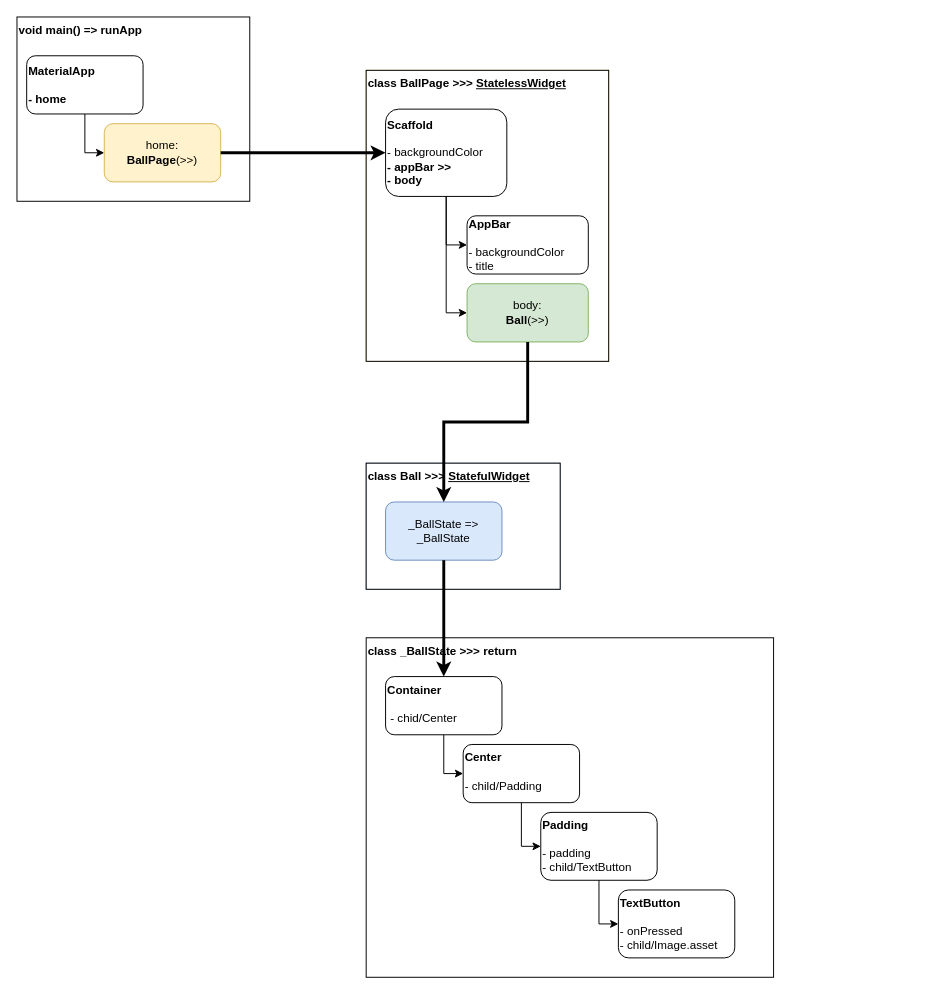
Above: ab_magic_8_ball.drawio in carlstep/ab_magic_8_ball2 (draw.io), before the change. Source tidied: cells renumbered, new cells numbered last; positions are measured from the earlier drawing's top-left corner, leaving out a move shared by most shapes. Both pictures are drawn from the tidied source at 97%, with x=0, y=0 at pixel (16, 16).
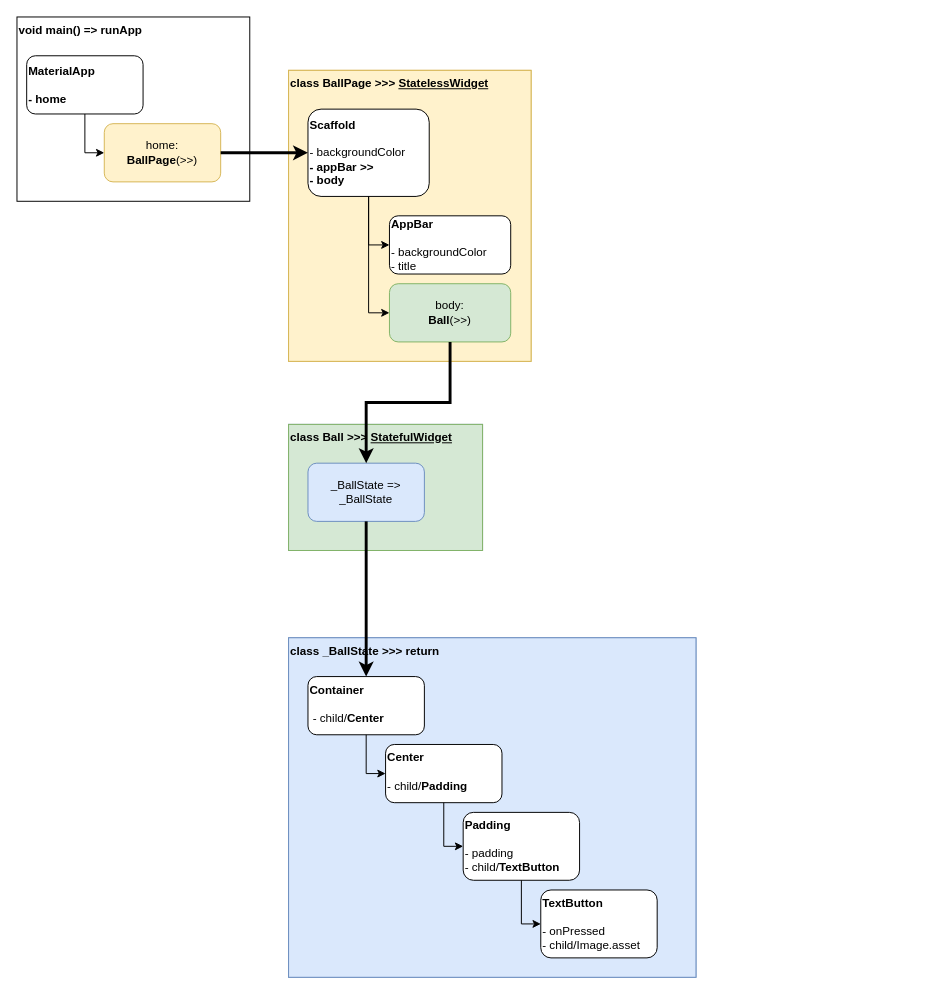
Above is the later version.

What changed in the source:
```diff
@@
     <mxCell id="2" style="group;" parent="1" vertex="1">
-      <mxGeometry x="640" y="134" width="290" height="370" as="geometry" />
+      <mxGeometry x="260" y="400" width="240" height="170" as="geometry" />
     </mxCell>
     <mxCell id="3" style="group;fillColor=#dae8fc;strokeColor=#6c8ebf;" parent="2" vertex="1">
-      <mxGeometry x="-280" y="326" width="200" height="130" as="geometry" />
+      <mxGeometry x="20" y="20" width="200" height="130" as="geometry" />
     </mxCell>
-    <mxCell id="4" value="&lt;b&gt;class Ball &amp;gt;&amp;gt;&amp;gt; &lt;u&gt;StatefulWidget&lt;/u&gt;&lt;/b&gt;" style="rounded=0;whiteSpace=wrap;html=1;align=left;verticalAlign=top;" parent="3" vertex="1">
+    <mxCell id="4" value="&lt;b&gt;class Ball &amp;gt;&amp;gt;&amp;gt; &lt;u&gt;StatefulWidget&lt;/u&gt;&lt;/b&gt;" style="rounded=0;whiteSpace=wrap;html=1;align=left;verticalAlign=top;fillColor=#d5e8d4;strokeColor=#82b366;" parent="3" vertex="1">
       <mxGeometry width="200" height="130" as="geometry" />
     </mxCell>
@@
-    <mxCell id="6" style="group;" parent="1" vertex="1">
-      <mxGeometry x="360" y="640" width="420" height="350" as="geometry" />
+    <mxCell id="6" style="group;strokeColor=#6c8ebf;fillColor=#DAE8FC;" parent="1" vertex="1">
+      <mxGeometry x="280" y="640" width="420" height="350" as="geometry" />
     </mxCell>
-    <mxCell id="7" value="&lt;b&gt;class _BallState &amp;gt;&amp;gt;&amp;gt; return&lt;/b&gt;" style="rounded=0;whiteSpace=wrap;html=1;align=left;verticalAlign=top;" parent="6" vertex="1">
+    <mxCell id="7" value="&lt;b&gt;class _BallState &amp;gt;&amp;gt;&amp;gt; return&lt;/b&gt;" style="rounded=0;whiteSpace=wrap;html=1;align=left;verticalAlign=top;fillColor=#dae8fc;strokeColor=#6c8ebf;" parent="6" vertex="1">
       <mxGeometry width="420" height="350" as="geometry" />
     </mxCell>
-    <mxCell id="8" value="&lt;div&gt;&lt;b&gt;Container&lt;/b&gt;&lt;/div&gt;&lt;div&gt;&lt;br&gt;&lt;/div&gt;&amp;nbsp;- chid/Center" style="rounded=1;whiteSpace=wrap;html=1;align=left;verticalAlign=top;" parent="6" vertex="1">
+    <mxCell id="8" value="&lt;div&gt;&lt;b&gt;Container&lt;/b&gt;&lt;/div&gt;&lt;div&gt;&lt;br&gt;&lt;/div&gt;&amp;nbsp;- child/&lt;b&gt;Center&lt;/b&gt;" style="rounded=1;whiteSpace=wrap;html=1;align=left;verticalAlign=top;" parent="6" vertex="1">
       <mxGeometry x="20" y="40" width="120" height="60" as="geometry" />
     </mxCell>
-    <mxCell id="9" value="&lt;div align=&quot;left&quot;&gt;&lt;b&gt;Center&lt;/b&gt;&lt;/div&gt;&lt;div&gt;&lt;br&gt;&lt;/div&gt;&lt;div&gt;- child/Padding&lt;br&gt;&lt;/div&gt;" style="rounded=1;whiteSpace=wrap;html=1;align=left;verticalAlign=top;" parent="6" vertex="1">
+    <mxCell id="9" value="&lt;div align=&quot;left&quot;&gt;&lt;b&gt;Center&lt;/b&gt;&lt;/div&gt;&lt;div&gt;&lt;br&gt;&lt;/div&gt;&lt;div&gt;- child/&lt;b&gt;Padding&lt;/b&gt;&lt;br&gt;&lt;/div&gt;" style="rounded=1;whiteSpace=wrap;html=1;align=left;verticalAlign=top;" parent="6" vertex="1">
       <mxGeometry x="100" y="110" width="120" height="60" as="geometry" />
     </mxCell>
@@
-    <mxCell id="11" value="&lt;div&gt;&lt;b&gt;Padding&lt;/b&gt;&lt;/div&gt;&lt;div&gt;&lt;br&gt;&lt;/div&gt;&lt;div&gt;- padding&lt;/div&gt;&lt;div&gt;- child/TextButton&lt;br&gt;&lt;/div&gt;" style="rounded=1;whiteSpace=wrap;html=1;align=left;verticalAlign=top;" parent="6" vertex="1">
+    <mxCell id="11" value="&lt;div&gt;&lt;b&gt;Padding&lt;/b&gt;&lt;/div&gt;&lt;div&gt;&lt;br&gt;&lt;/div&gt;&lt;div&gt;- padding&lt;/div&gt;&lt;div&gt;- child/&lt;b&gt;TextButton&lt;/b&gt;&lt;br&gt;&lt;/div&gt;" style="rounded=1;whiteSpace=wrap;html=1;align=left;verticalAlign=top;" parent="6" vertex="1">
       <mxGeometry x="180" y="180" width="120" height="70" as="geometry" />
     </mxCell>
@@
     <mxCell id="20" style="group;fillColor=#fff2cc;strokeColor=#d6b656;" parent="1" vertex="1">
-      <mxGeometry x="360" y="55" width="250" height="300" as="geometry" />
+      <mxGeometry x="280" y="55" width="250" height="300" as="geometry" />
     </mxCell>
-    <mxCell id="21" value="&lt;b&gt;class BallPage &amp;gt;&amp;gt;&amp;gt; &lt;u&gt;StatelessWidget&lt;/u&gt;&lt;/b&gt;" style="rounded=0;whiteSpace=wrap;html=1;align=left;verticalAlign=top;" parent="20" vertex="1">
+    <mxCell id="21" value="&lt;b&gt;class BallPage &amp;gt;&amp;gt;&amp;gt; &lt;u&gt;StatelessWidget&lt;/u&gt;&lt;/b&gt;" style="rounded=0;whiteSpace=wrap;html=1;align=left;verticalAlign=top;fillColor=#fff2cc;strokeColor=#d6b656;" parent="20" vertex="1">
       <mxGeometry width="250" height="300" as="geometry" />
     </mxCell>
```
